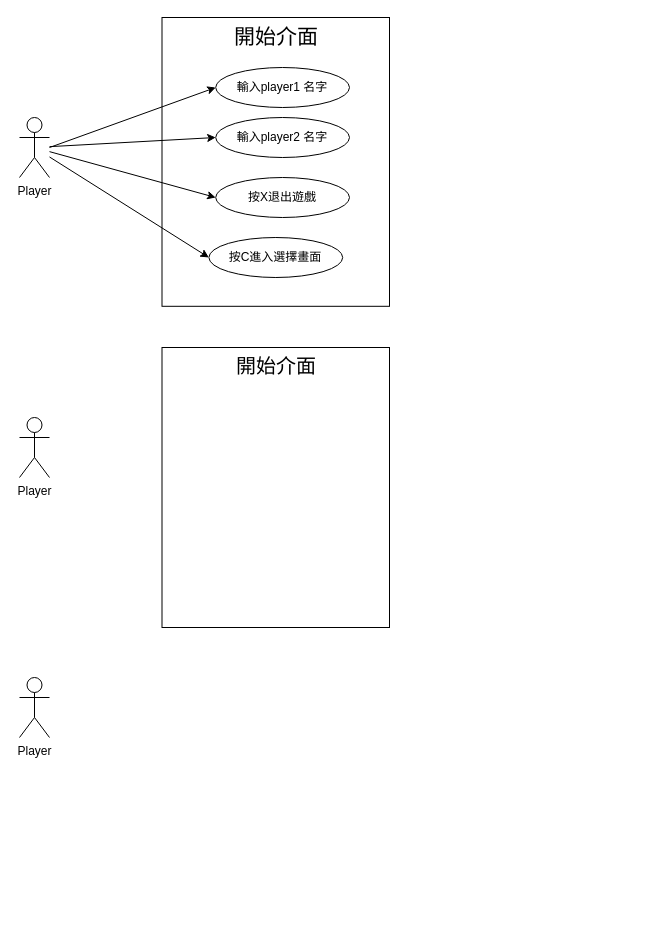
CHUN983/nuk_assembly_project keeps this draw.io diagram as Untitled Diagram.drawio. Above is the earlier version. Source tidied: cells renumbered, new cells numbered last; positions are measured from the earlier drawing's top-left corner, leaving out a move shared by most shapes. Both pictures are drawn from the tidied source at 100%, with x=0, y=0 at pixel (19, 17).
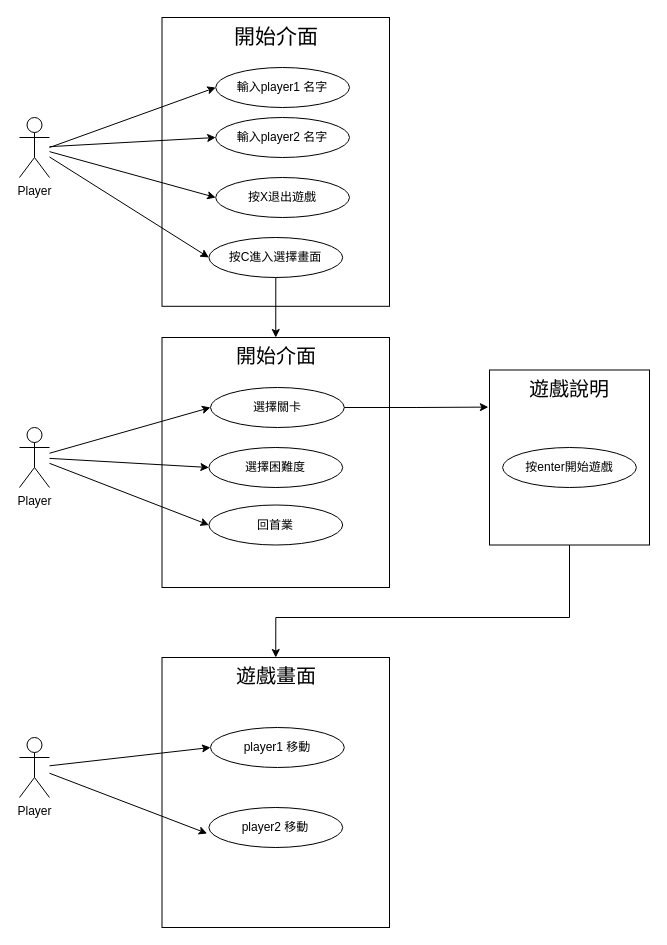
The same page after the edit.

Unchanged cells that the change refers to:
```xml
<mxCell id="11" value="按C進入選擇畫面" style="ellipse;whiteSpace=wrap;html=1;" parent="1" vertex="1">
  <mxGeometry x="189.4" y="220" width="133.8" height="40" as="geometry" />
</mxCell>
```

What changed in the source:
```diff
@@
+    <mxCell id="15" value="&lt;font style=&quot;font-size: 20px;&quot;&gt;遊戲畫面&lt;/font&gt;" style="rounded=0;whiteSpace=wrap;html=1;align=center;verticalAlign=top;" parent="1" vertex="1">
+      <mxGeometry x="142.5" y="640" width="227.5" height="270" as="geometry" />
+    </mxCell>
@@
     <mxCell id="8" value="&lt;font style=&quot;font-size: 20px;&quot;&gt;開始介面&lt;/font&gt;" style="rounded=0;whiteSpace=wrap;html=1;align=center;verticalAlign=top;" parent="1" vertex="1">
-      <mxGeometry x="142.5" y="330" width="227.5" height="280" as="geometry" />
+      <mxGeometry x="142.5" y="320" width="227.5" height="250" as="geometry" />
     </mxCell>
@@
+    <mxCell id="16" style="edgeStyle=orthogonalEdgeStyle;rounded=0;jettySize=auto;html=1;entryX=0.5;entryY=0;entryDx=0;entryDy=0;strokeColor=default;align=center;verticalAlign=middle;fontFamily=Helvetica;fontSize=11;fontColor=default;labelBackgroundColor=default;endArrow=classic;" parent="1" edge="1" source="11" target="8">
+      <mxGeometry relative="1" as="geometry" />
+    </mxCell>
@@
+    <mxCell id="17" style="rounded=0;jettySize=auto;html=1;entryX=0;entryY=0.5;entryDx=0;entryDy=0;strokeColor=default;align=center;verticalAlign=middle;fontFamily=Helvetica;fontSize=11;fontColor=default;labelBackgroundColor=default;endArrow=classic;" parent="1" edge="1" source="13" target="21">
+      <mxGeometry relative="1" as="geometry" />
+    </mxCell>
+    <mxCell id="18" style="rounded=0;jettySize=auto;html=1;entryX=0;entryY=0.5;entryDx=0;entryDy=0;strokeColor=default;align=center;verticalAlign=middle;fontFamily=Helvetica;fontSize=11;fontColor=default;labelBackgroundColor=default;endArrow=classic;" parent="1" edge="1" source="13" target="22">
+      <mxGeometry relative="1" as="geometry" />
+    </mxCell>
+    <mxCell id="19" style="rounded=0;jettySize=auto;html=1;entryX=0;entryY=0.5;entryDx=0;entryDy=0;strokeColor=default;align=center;verticalAlign=middle;fontFamily=Helvetica;fontSize=11;fontColor=default;labelBackgroundColor=default;endArrow=classic;" parent="1" edge="1" source="13" target="23">
+      <mxGeometry relative="1" as="geometry" />
+    </mxCell>
     <mxCell id="13" value="Player" style="shape=umlActor;verticalLabelPosition=bottom;verticalAlign=top;html=1;outlineConnect=0;" parent="1" vertex="1">
-      <mxGeometry y="400" width="30" height="60" as="geometry" />
+      <mxGeometry y="410" width="30" height="60" as="geometry" />
     </mxCell>
+    <mxCell id="20" style="rounded=0;jettySize=auto;html=1;entryX=0;entryY=0.5;entryDx=0;entryDy=0;strokeColor=default;align=center;verticalAlign=middle;fontFamily=Helvetica;fontSize=11;fontColor=default;labelBackgroundColor=default;endArrow=classic;" parent="1" edge="1" source="14" target="29">
+      <mxGeometry relative="1" as="geometry" />
+    </mxCell>
     <mxCell id="14" value="Player" style="shape=umlActor;verticalLabelPosition=bottom;verticalAlign=top;html=1;outlineConnect=0;" parent="1" vertex="1">
-      <mxGeometry y="660" width="30" height="60" as="geometry" />
+      <mxGeometry y="720" width="30" height="60" as="geometry" />
     </mxCell>
+    <mxCell id="21" value="選擇關卡" style="ellipse;whiteSpace=wrap;html=1;" parent="1" vertex="1">
+      <mxGeometry x="191" y="370" width="133.8" height="40" as="geometry" />
+    </mxCell>
+    <mxCell id="22" value="選擇困難度" style="ellipse;whiteSpace=wrap;html=1;" parent="1" vertex="1">
+      <mxGeometry x="189.4" y="430" width="133.8" height="40" as="geometry" />
+    </mxCell>
+    <mxCell id="23" value="回首業" style="ellipse;whiteSpace=wrap;html=1;" parent="1" vertex="1">
+      <mxGeometry x="189.4" y="487.5" width="133.8" height="40" as="geometry" />
+    </mxCell>
+    <mxCell id="24" style="edgeStyle=orthogonalEdgeStyle;rounded=0;jettySize=auto;html=1;entryX=0.5;entryY=0;entryDx=0;entryDy=0;strokeColor=default;align=center;verticalAlign=middle;fontFamily=Helvetica;fontSize=11;fontColor=default;labelBackgroundColor=default;endArrow=classic;" parent="1" edge="1" source="25" target="15">
+      <mxGeometry relative="1" as="geometry">
+        <Array as="points">
+          <mxPoint x="550" y="600" />
+          <mxPoint x="256" y="600" />
+        </Array>
+      </mxGeometry>
+    </mxCell>
+    <mxCell id="25" value="&lt;font style=&quot;font-size: 20px;&quot;&gt;遊戲說明&lt;/font&gt;" style="rounded=0;whiteSpace=wrap;html=1;align=center;verticalAlign=top;" parent="1" vertex="1">
+      <mxGeometry x="470" y="352.5" width="160" height="175" as="geometry" />
+    </mxCell>
+    <mxCell id="26" style="edgeStyle=orthogonalEdgeStyle;rounded=0;jettySize=auto;html=1;entryX=-0.007;entryY=0.212;entryDx=0;entryDy=0;entryPerimeter=0;strokeColor=default;align=center;verticalAlign=middle;fontFamily=Helvetica;fontSize=11;fontColor=default;labelBackgroundColor=default;endArrow=classic;" parent="1" edge="1" source="21" target="25">
+      <mxGeometry relative="1" as="geometry" />
+    </mxCell>
+    <mxCell id="27" value="按enter開始遊戲" style="ellipse;whiteSpace=wrap;html=1;" parent="1" vertex="1">
+      <mxGeometry x="483.1" y="430" width="133.8" height="40" as="geometry" />
+    </mxCell>
+    <mxCell id="28" value="player2 移動" style="ellipse;whiteSpace=wrap;html=1;" parent="1" vertex="1">
+      <mxGeometry x="189.4" y="790" width="133.8" height="40" as="geometry" />
+    </mxCell>
+    <mxCell id="29" value="player1 移動" style="ellipse;whiteSpace=wrap;html=1;" parent="1" vertex="1">
+      <mxGeometry x="191" y="710" width="133.8" height="40" as="geometry" />
+    </mxCell>
+    <mxCell id="30" style="rounded=0;jettySize=auto;html=1;entryX=-0.013;entryY=0.65;entryDx=0;entryDy=0;entryPerimeter=0;strokeColor=default;align=center;verticalAlign=middle;fontFamily=Helvetica;fontSize=11;fontColor=default;labelBackgroundColor=default;endArrow=classic;" parent="1" edge="1" source="14" target="28">
+      <mxGeometry relative="1" as="geometry" />
+    </mxCell>
```
